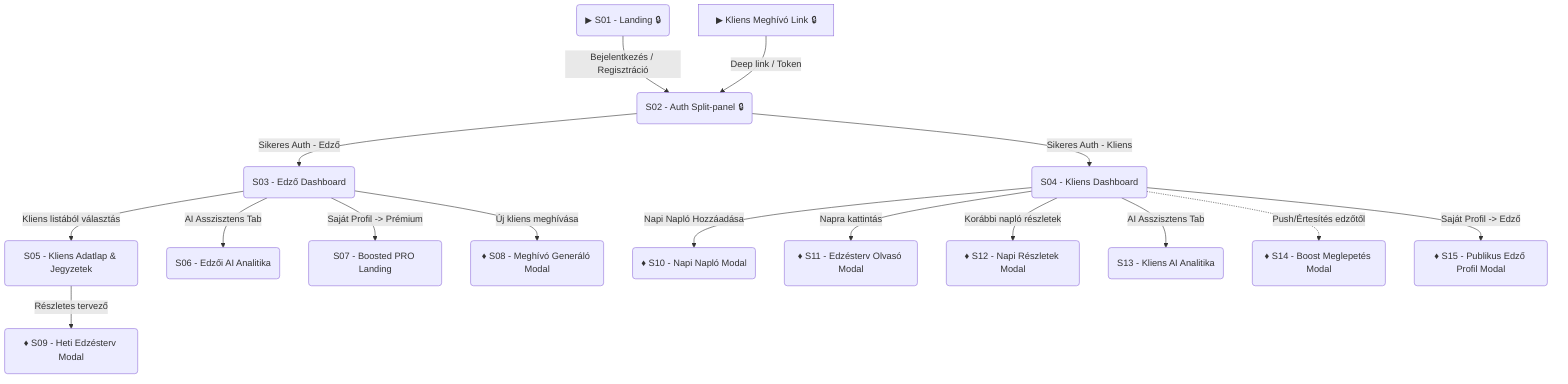
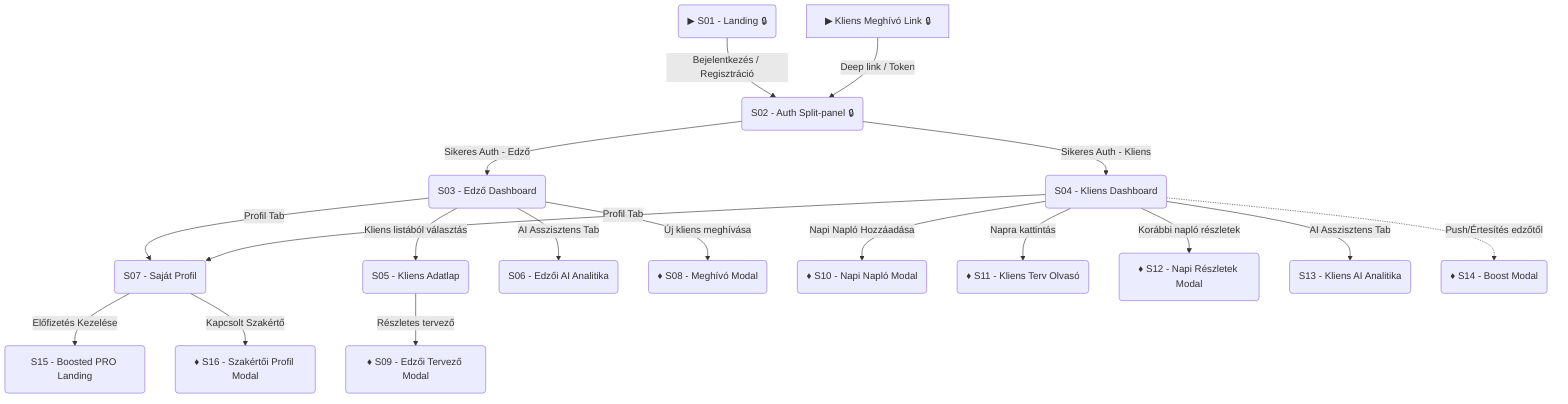
graph TD
    %% Jelmagyarázat: ▶ Belépési pont, ♦ Modális dialógus, 🔒 Nem belépett user

    A(▶ S01 - Landing 🔒) -->|Bejelentkezés / Regisztráció| B(S02 - Auth Split-panel 🔒)
    C[▶ Kliens Meghívó Link 🔒] -->|Deep link / Token| B

    B -->|Sikeres Auth - Edző| D(S03 - Edző Dashboard)
    B -->|Sikeres Auth - Kliens| E(S04 - Kliens Dashboard)

+     %% KÖZÖS ÁG
+     D -->|Profil Tab| Q(S07 - Saját Profil)
+     E -->|Profil Tab| Q
+ 
    %% EDZŐI ÁG
-     D -->|Kliens listából választás| F(S05 - Kliens Adatlap & Jegyzetek)
+     D -->|Kliens listából választás| F(S05 - Kliens Adatlap)
    D -->|AI Asszisztens Tab| G(S06 - Edzői AI Analitika)
-     D -->|Saját Profil -> Prémium| H(S07 - Boosted PRO Landing)
-     D -->|Új kliens meghívása| I(♦ S08 - Meghívó Generáló Modal)
-     F -->|Részletes tervező| J(♦ S09 - Heti Edzésterv Modal)
+     D -->|Új kliens meghívása| I(♦ S08 - Meghívó Modal)
+     F -->|Részletes tervező| J(♦ S09 - Edzői Tervező Modal)
+     Q -->|Előfizetés Kezelése| H(S15 - Boosted PRO Landing)

    %% KLIENSI ÁG
    E -->|Napi Napló Hozzáadása| K(♦ S10 - Napi Napló Modal)
-     E -->|Napra kattintás| L(♦ S11 - Edzésterv Olvasó Modal)
+     E -->|Napra kattintás| L(♦ S11 - Kliens Terv Olvasó)
    E -->|Korábbi napló részletek| M(♦ S12 - Napi Részletek Modal)
    E -->|AI Asszisztens Tab| N(S13 - Kliens AI Analitika)
-     E -.->|Push/Értesítés edzőtől| O(♦ S14 - Boost Meglepetés Modal)
-     E -->|Saját Profil -> Edző| P(♦ S15 - Publikus Edző Profil Modal)+     E -.->|Push/Értesítés edzőtől| O(♦ S14 - Boost Modal)
+     Q -->|Kapcsolt Szakértő| P(♦ S16 - Szakértői Profil Modal)